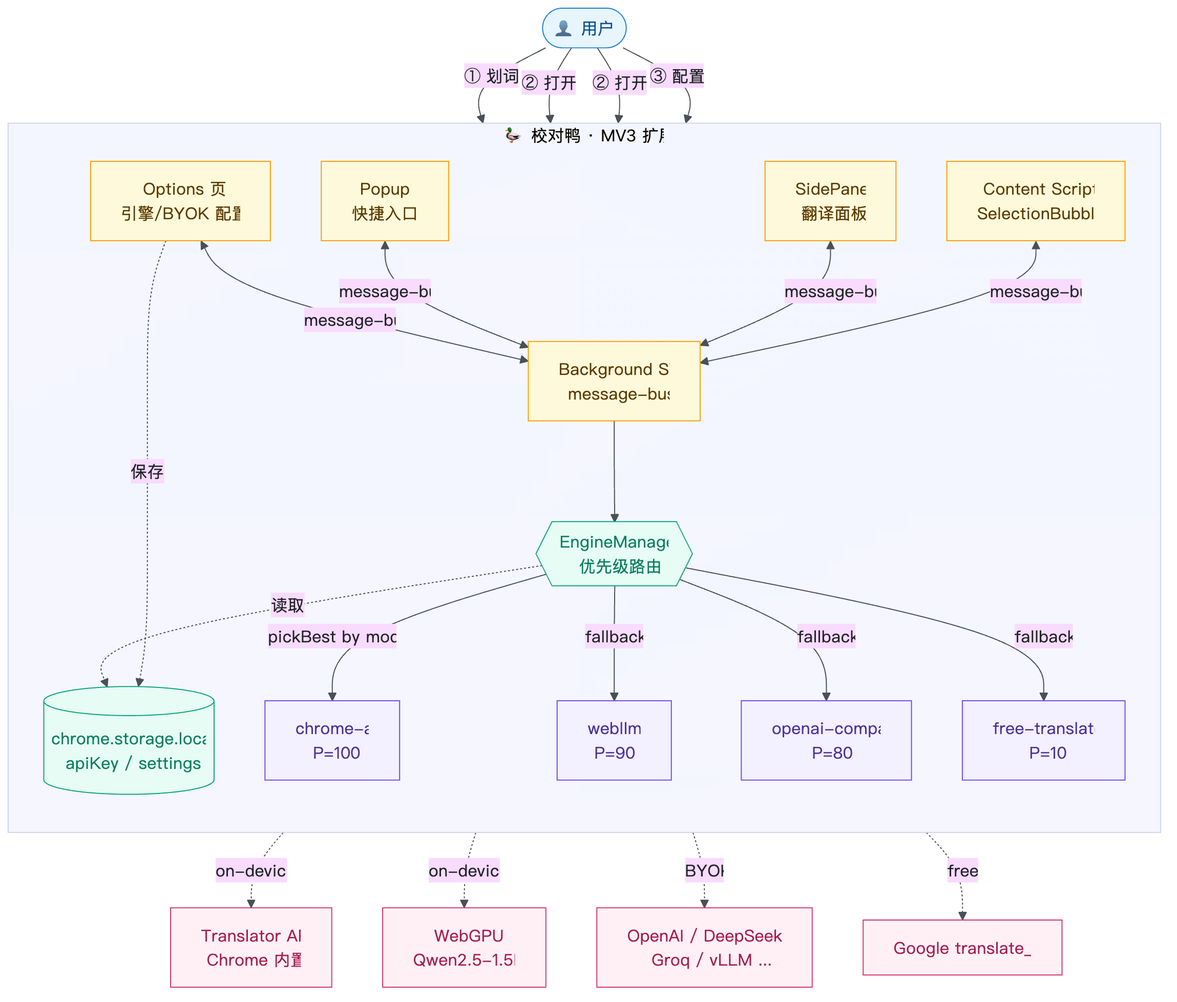
Before: diagrams/architecture.png, a diagram exported from Mermaid (gandli/ai-proofduck-extension). Its source is kept beside it as diagrams/architecture.mmd. Its diagram source:
```mermaid
%%{init: {'theme':'base','themeVariables':{'primaryColor':'#fff9db','primaryBorderColor':'#f59f00','primaryTextColor':'#212529','lineColor':'#495057','fontFamily':'-apple-system,BlinkMacSystemFont,PingFang SC,sans-serif'}}}%%
graph TB
  classDef user fill:#e7f5ff,stroke:#1c7ed6,color:#0b5394
  classDef ui fill:#fff9db,stroke:#f59f00,color:#5c3c00
  classDef core fill:#e6fcf5,stroke:#0ca678,color:#087f5b
  classDef engine fill:#f3f0ff,stroke:#7048e8,color:#4c3399
  classDef ext fill:#fff0f6,stroke:#d6336c,color:#a61e4d

  U([👤 用户]):::user

  subgraph EXT[🦆 校对鸭 · MV3 扩展]
    direction TB
    CS[Content Script<br/>SelectionBubble]:::ui
    SP[SidePanel<br/>翻译面板]:::ui
    OP[Options 页<br/>引擎/BYOK 配置]:::ui
    PU[Popup<br/>快捷入口]:::ui
    BG[Background SW<br/>message-bus]:::ui

    EM{{EngineManager<br/>优先级路由}}:::core
    STG[(chrome.storage.local<br/>apiKey / settings)]:::core

    E1[chrome-ai<br/>P=100]:::engine
    E2[webllm<br/>P=90]:::engine
    E3[openai-compat<br/>P=80]:::engine
    E4[free-translate<br/>P=10]:::engine
  end

  API1[Translator API<br/>Chrome 内置]:::ext
  API2[WebGPU<br/>Qwen2.5-1.5B]:::ext
  API3[OpenAI / DeepSeek /<br/>Groq / vLLM ...]:::ext
  API4[Google translate_a]:::ext

  U -->|① 划词| CS
  U -->|② 打开| SP
  U -->|② 打开| PU
  U -->|③ 配置| OP

  CS <-->|message-bus| BG
  SP <-->|message-bus| BG
  PU <-->|message-bus| BG
  OP <-->|message-bus| BG

  BG --> EM
  OP -.->|保存| STG
  EM -.->|读取| STG

  EM -->|pickBest by mode| E1
  EM -->|fallback| E2
  EM -->|fallback| E3
  EM -->|fallback| E4

  E1 -.->|on-device| API1
  E2 -.->|on-device| API2
  E3 -.->|BYOK| API3
  E4 -.->|free| API4
```
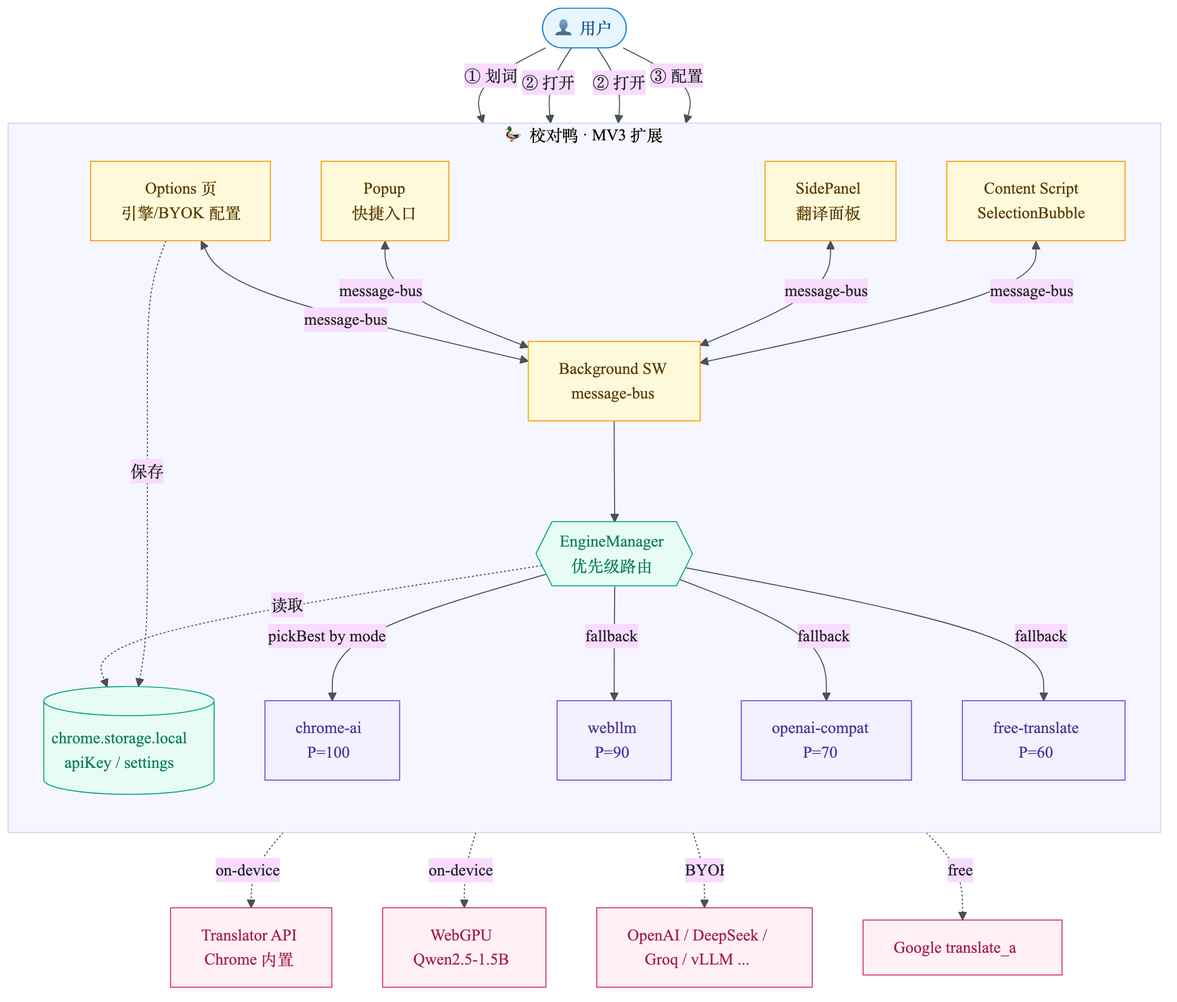
After the change.

Commit message:
fix(diagrams): 采纳 gemini/qodo review - 修正优先级 + Puppeteer 跨平台

review 反馈:
- gemini(high): puppeteer-config.json 硬编码 macOS Chrome 路径,
  Linux CI/其他开发者不可用
- gemini(medium): architecture.mmd 优先级与代码不一致
  openai-compat: P=80 → 70 (对齐 src/engines/openai-compat.ts:90)
  free-translate: P=10 → 60 (对齐 src/engines/free-translate.ts:63)
- qodo(security): 同上, Puppeteer executablePath 不可移植

修复:
- 移除 executablePath, 由 Puppeteer 自动查找系统 Chrome
- 优先级数字对齐实际代码值 (100/90/70/60)
- 重渲染 architecture.png

Refs #476 review comments

Change to the diagram source:
```diff
@@ -21,8 +21,8 @@
 
     E1[chrome-ai<br/>P=100]:::engine
     E2[webllm<br/>P=90]:::engine
-    E3[openai-compat<br/>P=80]:::engine
-    E4[free-translate<br/>P=10]:::engine
+    E3[openai-compat<br/>P=70]:::engine
+    E4[free-translate<br/>P=60]:::engine
   end
 
   API1[Translator API<br/>Chrome 内置]:::ext
```
